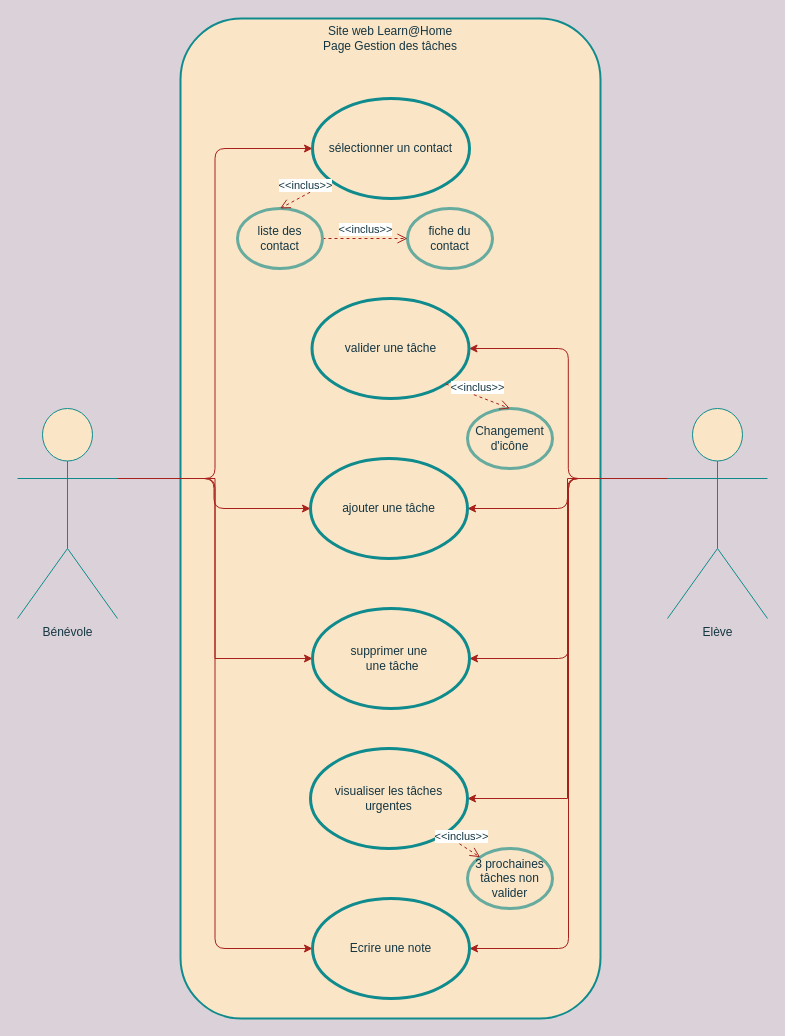
The draw.io diagram page "Gestion de taches" (5 of 6) of diagrammes de cas d’usage_v3.drawio in Formation-DA-PYTHON2021/projet3, before the edit. Source tidied: cells renumbered, new cells numbered last; positions are measured from the earlier drawing's top-left corner, leaving out a move shared by most shapes. Both pictures are drawn from the tidied source at 100%, with x=0, y=0 at pixel (17, 18).
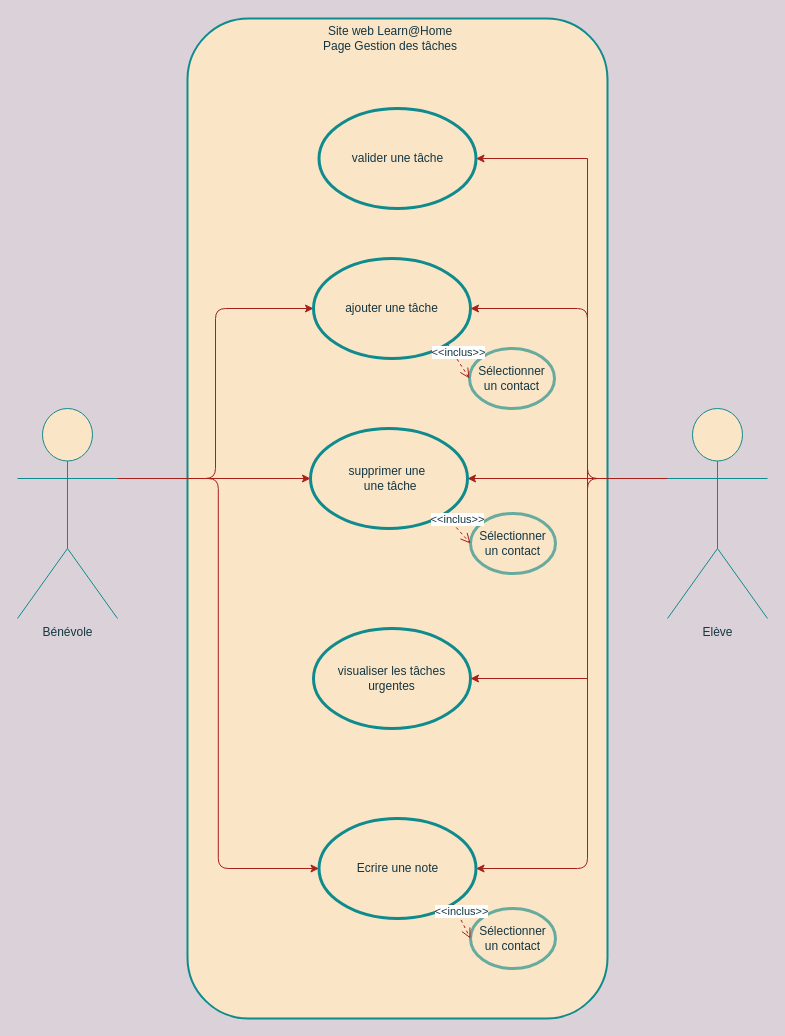
The same diagram, later.

The change refers to these unchanged cells:
```xml
<mxCell id="7" value="Bénévole" style="shape=umlActor;verticalLabelPosition=bottom;verticalAlign=top;html=1;fillColor=#FAE5C7;strokeColor=#0F8B8D;fontColor=#143642;" parent="1" vertex="1">
  <mxGeometry y="390" width="100" height="210" as="geometry" />
</mxCell>
<mxCell id="13" value="Elève" style="shape=umlActor;verticalLabelPosition=bottom;verticalAlign=top;html=1;fillColor=#FAE5C7;strokeColor=#0F8B8D;fontColor=#143642;" parent="1" vertex="1">
  <mxGeometry x="650" y="390" width="100" height="210" as="geometry" />
</mxCell>
```

The edit, as a diff of the source:
```diff
@@
     <mxCell id="2" style="rounded=1;whiteSpace=wrap;html=1;absoluteArcSize=1;arcSize=122;strokeWidth=2;fillColor=#FAE5C7;strokeColor=#0F8B8D;fontColor=#143642;" parent="1" vertex="1">
-      <mxGeometry x="163" width="420" height="1000" as="geometry" />
+      <mxGeometry x="170" width="420" height="1000" as="geometry" />
     </mxCell>
@@
-    <mxCell id="5" style="edgeStyle=orthogonalEdgeStyle;rounded=1;jettySize=auto;html=1;exitX=1;exitY=0.3333333333333333;exitDx=0;exitDy=0;exitPerimeter=0;entryX=0;entryY=0.5;entryDx=0;entryDy=0;fontColor=#143642;endArrow=classic;endFill=1;strokeColor=#A8201A;fillColor=#FAE5C7;" parent="1" edge="1" source="7" target="21">
-      <mxGeometry relative="1" as="geometry" />
-    </mxCell>
@@
-    <mxCell id="8" style="edgeStyle=orthogonalEdgeStyle;rounded=1;jettySize=auto;html=1;exitX=0;exitY=0.3333333333333333;exitDx=0;exitDy=0;exitPerimeter=0;entryX=1;entryY=0.5;entryDx=0;entryDy=0;fontColor=#143642;endArrow=classic;endFill=1;strokeColor=#A8201A;fillColor=#FAE5C7;" parent="1" edge="1" source="13" target="19">
-      <mxGeometry relative="1" as="geometry" />
-    </mxCell>
     <mxCell id="9" style="edgeStyle=orthogonalEdgeStyle;rounded=1;jettySize=auto;html=1;exitX=0;exitY=0.3333333333333333;exitDx=0;exitDy=0;exitPerimeter=0;entryX=1;entryY=0.5;entryDx=0;entryDy=0;fontColor=#143642;endArrow=classic;endFill=1;strokeColor=#A8201A;fillColor=#FAE5C7;" parent="1" edge="1" source="13" target="16">
-      <mxGeometry relative="1" as="geometry" />
+      <mxGeometry relative="1" as="geometry">
+        <Array as="points">
+          <mxPoint x="570" y="460" />
+          <mxPoint x="570" y="850" />
+        </Array>
+      </mxGeometry>
     </mxCell>
     <mxCell id="10" style="edgeStyle=orthogonalEdgeStyle;rounded=1;jettySize=auto;html=1;exitX=0;exitY=0.3333333333333333;exitDx=0;exitDy=0;exitPerimeter=0;entryX=1;entryY=0.5;entryDx=0;entryDy=0;fontColor=#143642;endArrow=classic;endFill=1;strokeColor=#A8201A;fillColor=#FAE5C7;" parent="1" edge="1" source="13" target="15">
-      <mxGeometry relative="1" as="geometry" />
+      <mxGeometry relative="1" as="geometry">
+        <Array as="points">
+          <mxPoint x="570" y="460" />
+          <mxPoint x="570" y="290" />
+        </Array>
+      </mxGeometry>
     </mxCell>
@@
     <mxCell id="12" style="edgeStyle=orthogonalEdgeStyle;rounded=0;jettySize=auto;html=1;exitX=0;exitY=0.3333333333333333;exitDx=0;exitDy=0;exitPerimeter=0;entryX=1;entryY=0.5;entryDx=0;entryDy=0;strokeColor=#A8201A;" parent="1" edge="1" source="13" target="22">
-      <mxGeometry relative="1" as="geometry" />
+      <mxGeometry relative="1" as="geometry">
+        <Array as="points">
+          <mxPoint x="570" y="460" />
+          <mxPoint x="570" y="660" />
+        </Array>
+      </mxGeometry>
     </mxCell>
+    <mxCell id="8" style="edgeStyle=orthogonalEdgeStyle;rounded=0;jettySize=auto;html=1;exitX=0;exitY=0.3333333333333333;exitDx=0;exitDy=0;exitPerimeter=0;entryX=1;entryY=0.5;entryDx=0;entryDy=0;strokeColor=#A8201A;" parent="1" edge="1" source="13" target="19">
+      <mxGeometry relative="1" as="geometry">
+        <Array as="points">
+          <mxPoint x="570" y="460" />
+          <mxPoint x="570" y="140" />
+        </Array>
+      </mxGeometry>
+    </mxCell>
@@
     <mxCell id="15" value="ajouter une tâche" style="ellipse;whiteSpace=wrap;html=1;fillColor=#FAE5C7;strokeColor=#0F8B8D;fontColor=#143642;strokeWidth=3;" parent="1" vertex="1">
-      <mxGeometry x="293" y="440" width="157" height="100" as="geometry" />
+      <mxGeometry x="296" y="240" width="157" height="100" as="geometry" />
     </mxCell>
     <mxCell id="16" value="Ecrire une note" style="ellipse;whiteSpace=wrap;html=1;fillColor=#FAE5C7;strokeColor=#0F8B8D;fontColor=#143642;strokeWidth=3;" parent="1" vertex="1">
-      <mxGeometry x="295" y="880" width="157" height="100" as="geometry" />
+      <mxGeometry x="301.5" y="800" width="157" height="100" as="geometry" />
     </mxCell>
-    <mxCell id="17" value="Changement d'icône" style="ellipse;whiteSpace=wrap;html=1;fillColor=#FAE5C7;strokeColor=#67AB9F;fontColor=#143642;strokeWidth=3;" parent="1" vertex="1">
-      <mxGeometry x="450" y="390" width="85" height="60" as="geometry" />
-    </mxCell>
     <mxCell id="18" value="supprimer une&amp;nbsp;&lt;br&gt;&amp;nbsp;une tâche" style="ellipse;whiteSpace=wrap;html=1;fillColor=#FAE5C7;strokeColor=#0F8B8D;fontColor=#143642;strokeWidth=3;" parent="1" vertex="1">
-      <mxGeometry x="295" y="590" width="157" height="100" as="geometry" />
+      <mxGeometry x="293" y="410" width="157" height="100" as="geometry" />
     </mxCell>
     <mxCell id="19" value="valider une tâche" style="ellipse;whiteSpace=wrap;html=1;fillColor=#FAE5C7;strokeColor=#0F8B8D;fontColor=#143642;strokeWidth=3;" parent="1" vertex="1">
-      <mxGeometry x="294.5" y="280" width="157" height="100" as="geometry" />
+      <mxGeometry x="301.5" y="90" width="157" height="100" as="geometry" />
     </mxCell>
-    <mxCell id="20" value="&amp;lt;&amp;lt;inclus&amp;gt;&amp;gt;" style="html=1;verticalAlign=bottom;endArrow=open;dashed=1;endSize=8;fontColor=#143642;strokeColor=#A8201A;fillColor=#FAE5C7;exitX=1;exitY=1;exitDx=0;exitDy=0;entryX=0.5;entryY=0;entryDx=0;entryDy=0;" parent="1" edge="1" source="19" target="17">
-      <mxGeometry relative="1" as="geometry" />
-    </mxCell>
-    <mxCell id="21" value="sélectionner un contact" style="ellipse;whiteSpace=wrap;html=1;fillColor=#FAE5C7;strokeColor=#0F8B8D;fontColor=#143642;strokeWidth=3;" parent="1" vertex="1">
-      <mxGeometry x="295" y="80" width="157" height="100" as="geometry" />
-    </mxCell>
     <mxCell id="22" value="visualiser les tâches urgentes" style="ellipse;whiteSpace=wrap;html=1;fillColor=#FAE5C7;strokeColor=#0F8B8D;fontColor=#143642;strokeWidth=3;" parent="1" vertex="1">
-      <mxGeometry x="293" y="730" width="157" height="100" as="geometry" />
+      <mxGeometry x="296" y="610" width="157" height="100" as="geometry" />
     </mxCell>
-    <mxCell id="23" value="3 prochaines tâches non valider" style="ellipse;whiteSpace=wrap;html=1;fillColor=#FAE5C7;strokeColor=#67AB9F;fontColor=#143642;strokeWidth=3;" parent="1" vertex="1">
-      <mxGeometry x="450" y="830" width="85" height="60" as="geometry" />
-    </mxCell>
-    <mxCell id="24" value="&amp;lt;&amp;lt;inclus&amp;gt;&amp;gt;" style="html=1;verticalAlign=bottom;endArrow=open;dashed=1;endSize=8;fontColor=#143642;strokeColor=#A8201A;fillColor=#FAE5C7;exitX=1;exitY=1;exitDx=0;exitDy=0;entryX=0;entryY=0;entryDx=0;entryDy=0;" parent="1" edge="1" source="22" target="23">
-      <mxGeometry relative="1" as="geometry" />
-    </mxCell>
-    <mxCell id="25" value="&lt;span&gt;fiche du contact&lt;/span&gt;" style="ellipse;whiteSpace=wrap;html=1;fillColor=#FAE5C7;strokeColor=#67AB9F;fontColor=#143642;strokeWidth=3;" parent="1" vertex="1">
-      <mxGeometry x="390" y="190" width="85" height="60" as="geometry" />
-    </mxCell>
-    <mxCell id="26" value="&amp;lt;&amp;lt;inclus&amp;gt;&amp;gt;" style="html=1;verticalAlign=bottom;endArrow=open;dashed=1;endSize=8;fontColor=#143642;strokeColor=#A8201A;fillColor=#FAE5C7;exitX=1;exitY=0.5;exitDx=0;exitDy=0;entryX=0;entryY=0.5;entryDx=0;entryDy=0;" parent="1" edge="1" source="27" target="25">
-      <mxGeometry relative="1" as="geometry" />
-    </mxCell>
-    <mxCell id="27" value="liste des contact" style="ellipse;whiteSpace=wrap;html=1;fillColor=#FAE5C7;strokeColor=#67AB9F;fontColor=#143642;strokeWidth=3;" parent="1" vertex="1">
-      <mxGeometry x="220" y="190" width="85" height="60" as="geometry" />
-    </mxCell>
-    <mxCell id="28" value="&amp;lt;&amp;lt;inclus&amp;gt;&amp;gt;" style="html=1;verticalAlign=bottom;endArrow=open;dashed=1;endSize=8;fontColor=#143642;strokeColor=#A8201A;fillColor=#FAE5C7;entryX=0.5;entryY=0;entryDx=0;entryDy=0;" parent="1" edge="1" source="21" target="27">
-      <mxGeometry relative="1" as="geometry" />
-    </mxCell>
+    <mxCell id="29" value="&lt;span&gt;Sélectionner un contact&lt;/span&gt;" style="ellipse;whiteSpace=wrap;html=1;fillColor=#FAE5C7;strokeColor=#67AB9F;fontColor=#143642;strokeWidth=3;" parent="1" vertex="1">
+      <mxGeometry x="452" y="330" width="85" height="60" as="geometry" />
+    </mxCell>
+    <mxCell id="30" value="&amp;lt;&amp;lt;inclus&amp;gt;&amp;gt;" style="html=1;verticalAlign=bottom;endArrow=open;dashed=1;endSize=8;fontColor=#143642;strokeColor=#A8201A;fillColor=#FAE5C7;exitX=1;exitY=1;exitDx=0;exitDy=0;entryX=0;entryY=0.5;entryDx=0;entryDy=0;" parent="1" edge="1" source="15" target="29">
+      <mxGeometry relative="1" as="geometry" />
+    </mxCell>
+    <mxCell id="31" value="&lt;span&gt;Sélectionner un contact&lt;/span&gt;" style="ellipse;whiteSpace=wrap;html=1;fillColor=#FAE5C7;strokeColor=#67AB9F;fontColor=#143642;strokeWidth=3;" parent="1" vertex="1">
+      <mxGeometry x="453" y="495" width="85" height="60" as="geometry" />
+    </mxCell>
+    <mxCell id="32" value="&amp;lt;&amp;lt;inclus&amp;gt;&amp;gt;" style="html=1;verticalAlign=bottom;endArrow=open;dashed=1;endSize=8;fontColor=#143642;strokeColor=#A8201A;fillColor=#FAE5C7;entryX=0;entryY=0.5;entryDx=0;entryDy=0;exitX=1;exitY=1;exitDx=0;exitDy=0;" parent="1" edge="1" source="18" target="31">
+      <mxGeometry relative="1" as="geometry" />
+    </mxCell>
+    <mxCell id="33" value="&lt;span&gt;Sélectionner un contact&lt;/span&gt;" style="ellipse;whiteSpace=wrap;html=1;fillColor=#FAE5C7;strokeColor=#67AB9F;fontColor=#143642;strokeWidth=3;" parent="1" vertex="1">
+      <mxGeometry x="453" y="890" width="85" height="60" as="geometry" />
+    </mxCell>
+    <mxCell id="34" value="&amp;lt;&amp;lt;inclus&amp;gt;&amp;gt;" style="html=1;verticalAlign=bottom;endArrow=open;dashed=1;endSize=8;fontColor=#143642;strokeColor=#A8201A;fillColor=#FAE5C7;entryX=0;entryY=0.5;entryDx=0;entryDy=0;exitX=1;exitY=1;exitDx=0;exitDy=0;" parent="1" edge="1" source="16" target="33">
+      <mxGeometry relative="1" as="geometry" />
+    </mxCell>
```
